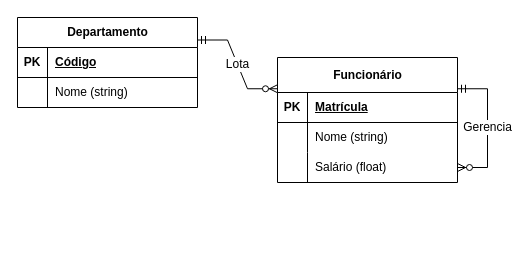
NateInterloper/mdc053 keeps this draw.io diagram as Pratica02_Ex01.drawio. Above is the earlier version. Source tidied: cells renumbered, new cells numbered last; positions are measured from the earlier drawing's top-left corner, leaving out a move shared by most shapes. Both pictures are drawn from the tidied source at 100%, with x=0, y=0 at pixel (17, 17).
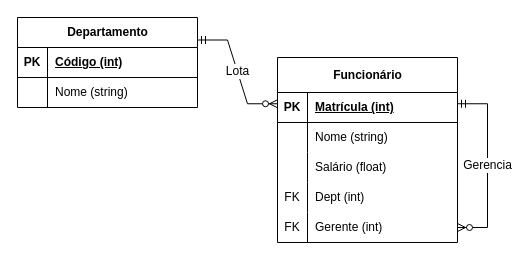
The same diagram, later.

Unchanged cells that the change refers to:
```xml
<mxCell id="3" style="shape=tableRow;horizontal=0;startSize=0;swimlaneHead=0;swimlaneBody=0;fillColor=none;top=0;left=0;right=0;bottom=1;" parent="2" vertex="1">
  <mxGeometry y="30" width="180" height="30" as="geometry" />
</mxCell>
<mxCell id="10" style="shape=tableRow;horizontal=0;startSize=0;swimlaneHead=0;swimlaneBody=0;fillColor=none;top=0;left=0;right=0;bottom=1;" parent="9" vertex="1">
  <mxGeometry y="35" width="180" height="30" as="geometry" />
</mxCell>
<mxCell id="16" style="shape=tableRow;horizontal=0;startSize=0;swimlaneHead=0;swimlaneBody=0;fillColor=none;points=[[0,0.5],[1,0.5]];portConstraint=eastwest;top=0;left=0;right=0;bottom=0;" parent="9" vertex="1">
  <mxGeometry y="95" width="180" height="30" as="geometry" />
</mxCell>
```

What changed in the source:
```diff
@@
-    <mxCell id="5" value="Código" style="shape=partialRectangle;fillColor=none;top=0;left=0;bottom=0;right=0;align=left;spacingLeft=6;fontStyle=5;overflow=hidden;whiteSpace=wrap;html=1;" parent="3" vertex="1">
+    <mxCell id="5" value="Código (int)" style="shape=partialRectangle;fillColor=none;top=0;left=0;bottom=0;right=0;align=left;spacingLeft=6;fontStyle=5;overflow=hidden;whiteSpace=wrap;html=1;" parent="3" vertex="1">
       <mxGeometry x="30" width="150" height="30" as="geometry" />
     </mxCell>
@@
     <mxCell id="9" value="Funcionário" style="shape=table;startSize=35;childLayout=tableLayout;rowLines=0;fontStyle=1;align=center;html=1;" parent="1" vertex="1">
-      <mxGeometry x="260" y="40" width="180" height="125" as="geometry" />
+      <mxGeometry x="260" y="40" width="180" height="185" as="geometry" />
     </mxCell>
@@
-    <mxCell id="12" value="Matrícula" style="shape=partialRectangle;fillColor=none;top=0;left=0;bottom=0;right=0;align=left;spacingLeft=6;fontStyle=5;overflow=hidden;whiteSpace=wrap;html=1;" parent="10" vertex="1">
+    <mxCell id="12" value="Matrícula (int)" style="shape=partialRectangle;fillColor=none;top=0;left=0;bottom=0;right=0;align=left;spacingLeft=6;fontStyle=5;overflow=hidden;whiteSpace=wrap;html=1;" parent="10" vertex="1">
       <mxGeometry x="30" width="150" height="30" as="geometry" />
     </mxCell>
@@
+    <mxCell id="21" style="shape=tableRow;horizontal=0;startSize=0;swimlaneHead=0;swimlaneBody=0;fillColor=none;top=0;left=0;right=0;bottom=0;" parent="9" vertex="1">
+      <mxGeometry y="125" width="180" height="30" as="geometry" />
+    </mxCell>
+    <mxCell id="22" value="FK" style="shape=partialRectangle;fillColor=none;top=0;left=0;bottom=0;right=0;fontStyle=0;overflow=hidden;whiteSpace=wrap;html=1;" parent="21" vertex="1">
+      <mxGeometry width="30" height="30" as="geometry" />
+    </mxCell>
+    <mxCell id="23" value="Dept (int)" style="shape=partialRectangle;fillColor=none;top=0;left=0;bottom=0;right=0;align=left;spacingLeft=6;fontStyle=0;overflow=hidden;whiteSpace=wrap;html=1;" parent="21" vertex="1">
+      <mxGeometry x="30" width="150" height="30" as="geometry" />
+    </mxCell>
+    <mxCell id="24" style="shape=tableRow;horizontal=0;startSize=0;swimlaneHead=0;swimlaneBody=0;fillColor=none;points=[[0,0.5],[1,0.5]];portConstraint=eastwest;top=0;left=0;right=0;bottom=0;" parent="9" vertex="1">
+      <mxGeometry y="155" width="180" height="30" as="geometry" />
+    </mxCell>
+    <mxCell id="25" value="FK" style="shape=partialRectangle;fillColor=none;top=0;left=0;bottom=0;right=0;fontStyle=0;overflow=hidden;whiteSpace=wrap;html=1;" parent="24" vertex="1">
+      <mxGeometry width="30" height="30" as="geometry" />
+    </mxCell>
+    <mxCell id="26" value="Gerente (int)" style="shape=partialRectangle;fillColor=none;top=0;left=0;bottom=0;right=0;align=left;spacingLeft=6;fontStyle=0;overflow=hidden;whiteSpace=wrap;html=1;" parent="24" vertex="1">
+      <mxGeometry x="30" width="150" height="30" as="geometry" />
+    </mxCell>
-    <mxCell id="19" value="Gerencia" style="edgeStyle=entityRelationEdgeStyle;fontSize=12;html=1;endArrow=ERzeroToMany;startArrow=ERmandOne;rounded=0;exitX=1;exitY=0.25;exitDx=0;exitDy=0;entryX=1;entryY=0.5;entryDx=0;entryDy=0;" parent="9" edge="1" source="9" target="16">
-      <mxGeometry relative="1" as="geometry" />
+    <mxCell id="19" value="Gerencia" style="edgeStyle=entityRelationEdgeStyle;fontSize=12;html=1;endArrow=ERzeroToMany;startArrow=ERmandOne;rounded=0;exitX=1;exitY=0.25;exitDx=0;exitDy=0;entryX=1;entryY=0.5;entryDx=0;entryDy=0;" parent="9" edge="1" source="9" target="24">
+      <mxGeometry relative="1" as="geometry">
+        <Array as="points">
+          <mxPoint x="230" y="120" />
+        </Array>
+      </mxGeometry>
     </mxCell>
```
